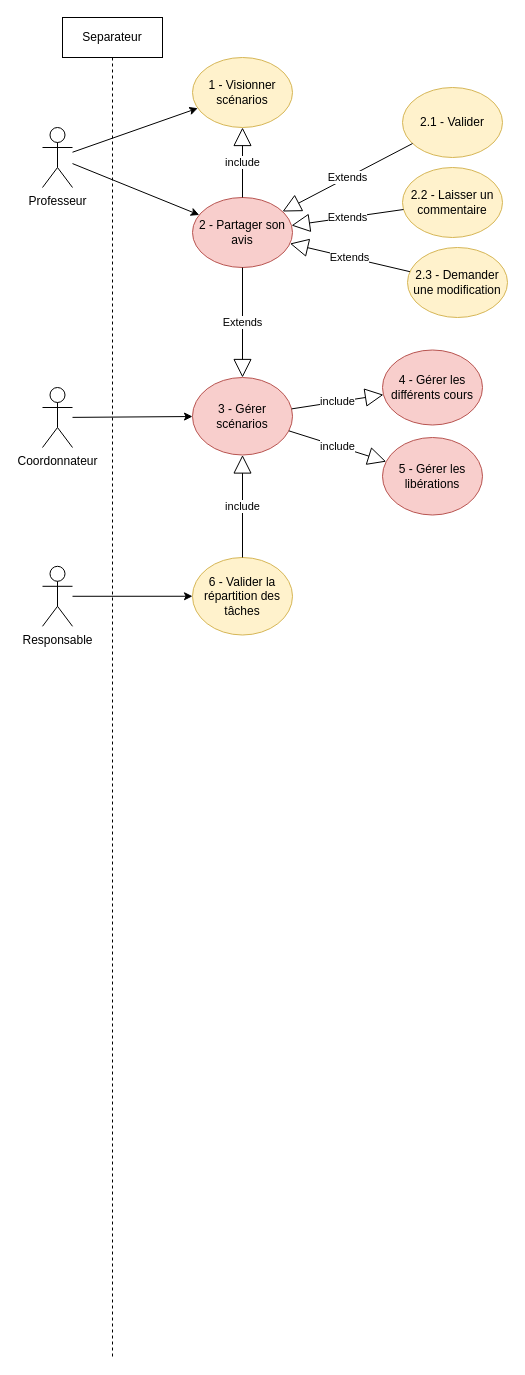
This is DCU.drawio from Nicolas-Delahaie/stage-quebec, a draw.io file, before an edit. Source tidied: cells renumbered, new cells numbered last; positions are measured from the earlier drawing's top-left corner, leaving out a move shared by most shapes. Both pictures are drawn from the tidied source at 100%, with x=0, y=0 at pixel (42, 17).
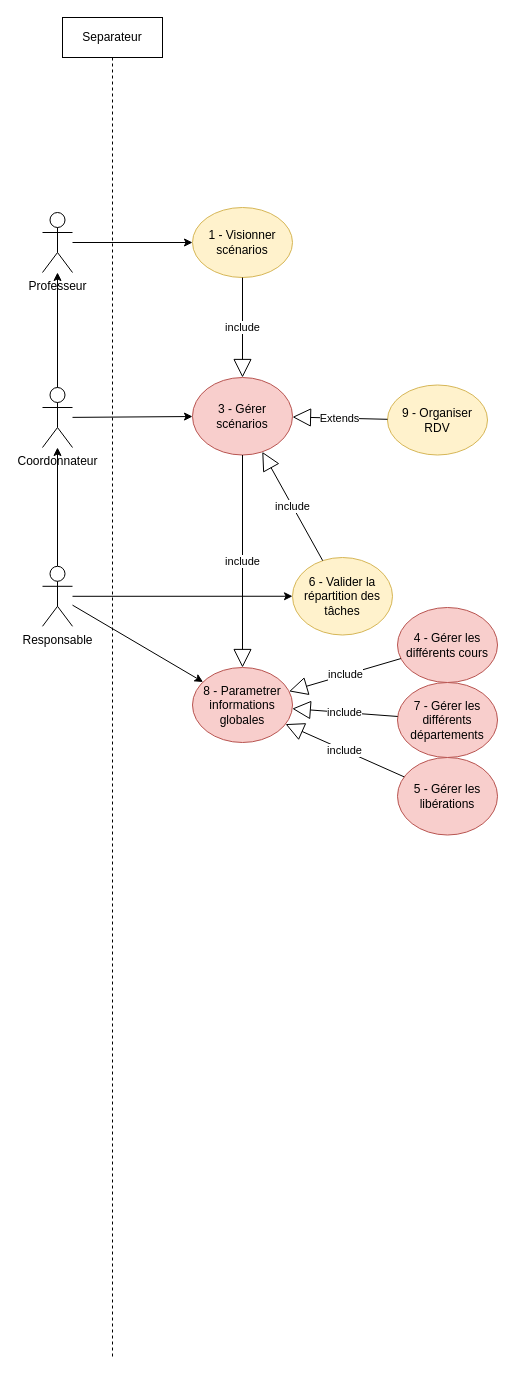
The same page after the edit.

Commit message:
Correction DCU apres rdv avec Frederic

Unchanged cells that the change refers to:
```xml
<mxCell id="3" value="Coordonnateur" style="shape=umlActor;verticalLabelPosition=bottom;verticalAlign=top;html=1;" parent="2" vertex="1">
  <mxGeometry x="-20" y="370" width="30" height="60" as="geometry" />
</mxCell>
<mxCell id="7" value="3 - Gérer scénarios" style="ellipse;whiteSpace=wrap;html=1;fillColor=#f8cecc;strokeColor=#b85450;" parent="1" vertex="1">
  <mxGeometry x="150" y="360" width="100" height="77.5" as="geometry" />
</mxCell>
<mxCell id="14" value="Responsable" style="shape=umlActor;verticalLabelPosition=bottom;verticalAlign=top;html=1;" parent="1" vertex="1">
  <mxGeometry y="548.8" width="30" height="60" as="geometry" />
</mxCell>
```

Diff of the diagram source:
```diff
@@
-    <mxCell id="4" style="edgeStyle=none;html=1;" parent="1" edge="1" source="6" target="10">
-      <mxGeometry relative="1" as="geometry" />
-    </mxCell>
@@
     <mxCell id="6" value="Professeur" style="shape=umlActor;verticalLabelPosition=bottom;verticalAlign=top;html=1;" parent="1" vertex="1">
-      <mxGeometry y="110" width="30" height="60" as="geometry" />
+      <mxGeometry y="195" width="30" height="60" as="geometry" />
     </mxCell>
@@
-    <mxCell id="9" value="2.3 - Demander une modification" style="ellipse;whiteSpace=wrap;html=1;fillColor=#fff2cc;strokeColor=#d6b656;" parent="1" vertex="1">
-      <mxGeometry x="365" y="230" width="100" height="70" as="geometry" />
-    </mxCell>
-    <mxCell id="10" value="2 - Partager son avis" style="ellipse;whiteSpace=wrap;html=1;fillColor=#f8cecc;strokeColor=#b85450;" parent="1" vertex="1">
-      <mxGeometry x="150" y="180" width="100" height="70" as="geometry" />
-    </mxCell>
     <mxCell id="11" value="4 - Gérer les différents cours" style="ellipse;whiteSpace=wrap;html=1;fillColor=#f8cecc;strokeColor=#b85450;" parent="1" vertex="1">
-      <mxGeometry x="340" y="332.5" width="100" height="75" as="geometry" />
+      <mxGeometry x="355" y="590" width="100" height="75" as="geometry" />
     </mxCell>
     <mxCell id="12" value="6 - Valider la répartition des tâches" style="ellipse;whiteSpace=wrap;html=1;fillColor=#fff2cc;strokeColor=#d6b656;" parent="1" vertex="1">
-      <mxGeometry x="150" y="540" width="100" height="77.5" as="geometry" />
+      <mxGeometry x="250" y="540" width="100" height="77.5" as="geometry" />
     </mxCell>
@@
+    <mxCell id="27" style="edgeStyle=none;html=1;" parent="1" edge="1" source="14" target="30">
+      <mxGeometry relative="1" as="geometry" />
+    </mxCell>
+    <mxCell id="28" style="edgeStyle=none;html=1;" parent="1" edge="1" source="14" target="3">
+      <mxGeometry relative="1" as="geometry" />
+    </mxCell>
@@
     <mxCell id="15" value="5 - Gérer les libérations" style="ellipse;whiteSpace=wrap;html=1;fillColor=#f8cecc;strokeColor=#b85450;" parent="1" vertex="1">
-      <mxGeometry x="340" y="420" width="100" height="77.5" as="geometry" />
+      <mxGeometry x="355" y="740" width="100" height="77.5" as="geometry" />
     </mxCell>
-    <mxCell id="16" value="Extends" style="endArrow=block;endSize=16;endFill=0;html=1;" parent="1" edge="1" source="9" target="10">
-      <mxGeometry relative="1" as="geometry" />
-    </mxCell>
-    <mxCell id="17" value="include" style="endArrow=block;endSize=16;endFill=0;html=1;" parent="1" edge="1" source="7" target="11">
-      <mxGeometry relative="1" as="geometry" />
-    </mxCell>
-    <mxCell id="18" value="2.1 - Valider" style="ellipse;whiteSpace=wrap;html=1;fillColor=#fff2cc;strokeColor=#d6b656;" parent="1" vertex="1">
-      <mxGeometry x="360" y="70" width="100" height="70" as="geometry" />
-    </mxCell>
-    <mxCell id="19" value="Extends" style="endArrow=block;endSize=16;endFill=0;html=1;" parent="1" edge="1" source="18" target="10">
-      <mxGeometry relative="1" as="geometry" />
-    </mxCell>
-    <mxCell id="20" value="2.2 - Laisser un commentaire" style="ellipse;whiteSpace=wrap;html=1;fillColor=#fff2cc;strokeColor=#d6b656;" parent="1" vertex="1">
-      <mxGeometry x="360" y="150" width="100" height="70" as="geometry" />
-    </mxCell>
-    <mxCell id="21" value="Extends" style="endArrow=block;endSize=16;endFill=0;html=1;" parent="1" edge="1" source="20" target="10">
-      <mxGeometry relative="1" as="geometry" />
-    </mxCell>
     <mxCell id="22" value="1 - Visionner scénarios" style="ellipse;whiteSpace=wrap;html=1;fillColor=#fff2cc;strokeColor=#d6b656;" parent="1" vertex="1">
-      <mxGeometry x="150" y="40" width="100" height="70" as="geometry" />
+      <mxGeometry x="150" y="190" width="100" height="70" as="geometry" />
     </mxCell>
-    <mxCell id="23" value="include" style="endArrow=block;endSize=16;endFill=0;html=1;" parent="1" edge="1" source="7" target="15">
-      <mxGeometry relative="1" as="geometry" />
-    </mxCell>
-    <mxCell id="24" value="include" style="endArrow=block;endSize=16;endFill=0;html=1;" parent="1" edge="1" source="10" target="22">
-      <mxGeometry relative="1" as="geometry" />
-    </mxCell>
@@
-    <mxCell id="26" value="Extends" style="endArrow=block;endSize=16;endFill=0;html=1;" parent="1" edge="1" source="10" target="7">
-      <mxGeometry relative="1" as="geometry" />
-    </mxCell>
+    <mxCell id="29" value="7 - Gérer les différents départements" style="ellipse;whiteSpace=wrap;html=1;fillColor=#f8cecc;strokeColor=#b85450;" parent="1" vertex="1">
+      <mxGeometry x="355" y="665" width="100" height="75" as="geometry" />
+    </mxCell>
+    <mxCell id="30" value="8 - Parametrer informations globales" style="ellipse;whiteSpace=wrap;html=1;fillColor=#f8cecc;strokeColor=#b85450;" parent="1" vertex="1">
+      <mxGeometry x="150" y="650" width="100" height="75" as="geometry" />
+    </mxCell>
+    <mxCell id="31" value="include" style="endArrow=block;endSize=16;endFill=0;html=1;" parent="1" edge="1" source="11" target="30">
+      <mxGeometry relative="1" as="geometry" />
+    </mxCell>
+    <mxCell id="32" value="include" style="endArrow=block;endSize=16;endFill=0;html=1;" parent="1" edge="1" source="29" target="30">
+      <mxGeometry relative="1" as="geometry" />
+    </mxCell>
+    <mxCell id="33" value="include" style="endArrow=block;endSize=16;endFill=0;html=1;" parent="1" edge="1" source="15" target="30">
+      <mxGeometry relative="1" as="geometry" />
+    </mxCell>
+    <mxCell id="34" value="include" style="endArrow=block;endSize=16;endFill=0;html=1;" parent="1" edge="1" source="7" target="30">
+      <mxGeometry relative="1" as="geometry" />
+    </mxCell>
+    <mxCell id="35" value="9 - Organiser RDV" style="ellipse;whiteSpace=wrap;html=1;fillColor=#fff2cc;strokeColor=#d6b656;" parent="1" vertex="1">
+      <mxGeometry x="345" y="367.5" width="100" height="70" as="geometry" />
+    </mxCell>
+    <mxCell id="36" value="Extends" style="endArrow=block;endSize=16;endFill=0;html=1;" parent="1" edge="1" source="35" target="7">
+      <mxGeometry relative="1" as="geometry" />
+    </mxCell>
+    <mxCell id="37" value="include" style="endArrow=block;endSize=16;endFill=0;html=1;" parent="1" edge="1" source="22" target="7">
+      <mxGeometry relative="1" as="geometry" />
+    </mxCell>
+    <mxCell id="38" style="edgeStyle=none;html=1;" parent="1" edge="1" source="3" target="6">
+      <mxGeometry relative="1" as="geometry" />
+    </mxCell>
```
